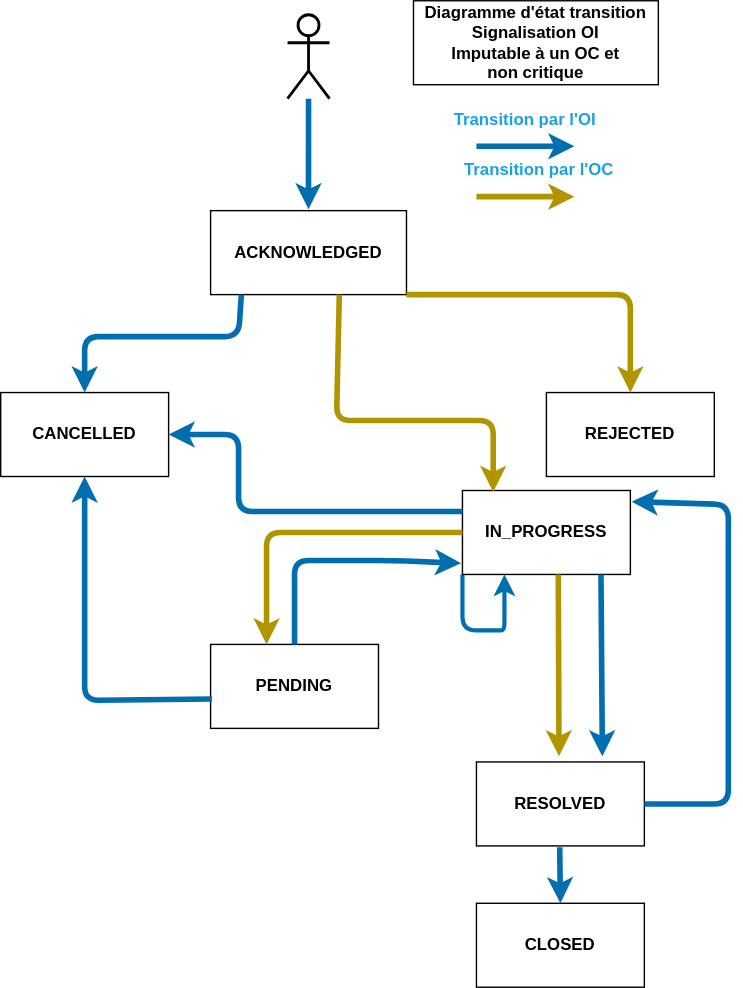
Before: statusOiOcImput.drawio.svg, a diagram exported from draw.io (before-interop/malfacon). Source tidied: cells renumbered, new cells last; positions are measured from the earlier drawing's top-left corner, leaving out a move shared by most shapes.
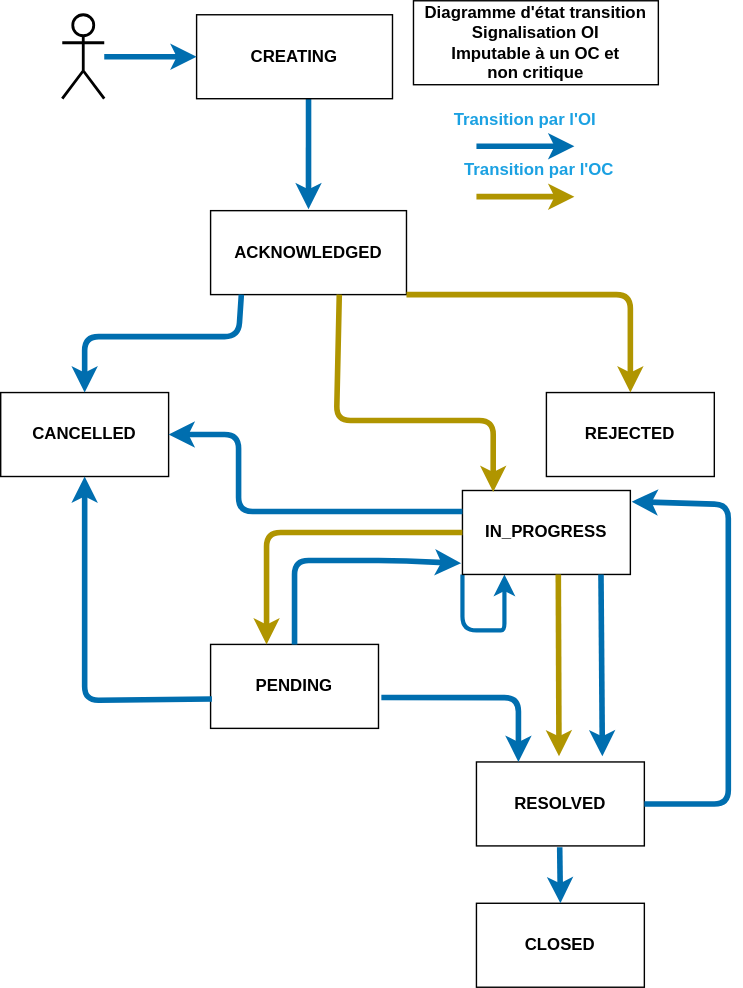
After the change.

Change to the diagram source:
```diff
@@ -28,7 +28,7 @@
       <mxGeometry x="340" y="645" width="120" height="60" as="geometry" />
     </mxCell>
     <mxCell id="8" style="shape=umlActor;verticalLabelPosition=bottom;verticalAlign=top;html=1;outlineConnect=0;fontColor=#1BA1E2;fontStyle=0;strokeWidth=2;" parent="1" vertex="1">
-      <mxGeometry x="205" y="10" width="30" height="60" as="geometry" />
+      <mxGeometry x="44" y="10" width="30" height="60" as="geometry" />
     </mxCell>
     <mxCell id="9" style="edgeStyle=none;html=1;entryX=0.183;entryY=0.017;entryDx=0;entryDy=0;fillColor=#e3c800;strokeColor=#B09500;strokeWidth=4;exitX=0.657;exitY=1;exitDx=0;exitDy=0;entryPerimeter=0;exitPerimeter=0;" parent="1" edge="1" source="2" target="4">
       <mxGeometry relative="1" as="geometry">
@@ -150,5 +150,18 @@
         </Array>
       </mxGeometry>
     </mxCell>
+    <mxCell id="28" value="&lt;b&gt;CREATING&lt;/b&gt;" style="rounded=0;whiteSpace=wrap;html=1;" parent="1" vertex="1">
+      <mxGeometry x="140" y="10" width="140" height="60" as="geometry" />
+    </mxCell>
+    <mxCell id="29" style="endArrow=classic;html=1;strokeWidth=4;fillColor=#1ba1e2;strokeColor=#006EAF;entryX=0;entryY=0.5;entryDx=0;entryDy=0;" parent="1" edge="1" source="8" target="28">
+      <mxGeometry relative="1" as="geometry" />
+    </mxCell>
+    <mxCell id="30" style="edgeStyle=none;html=1;fillColor=#1ba1e2;strokeColor=#006EAF;strokeWidth=4;exitX=1.017;exitY=0.633;exitDx=0;exitDy=0;entryX=0.25;entryY=0;entryDx=0;entryDy=0;exitPerimeter=0;" parent="1" edge="1" source="5" target="6">
+      <mxGeometry relative="1" as="geometry">
+        <Array as="points">
+          <mxPoint x="370" y="498" />
+        </Array>
+      </mxGeometry>
+    </mxCell>
   </root>
 </mxGraphModel>
```
